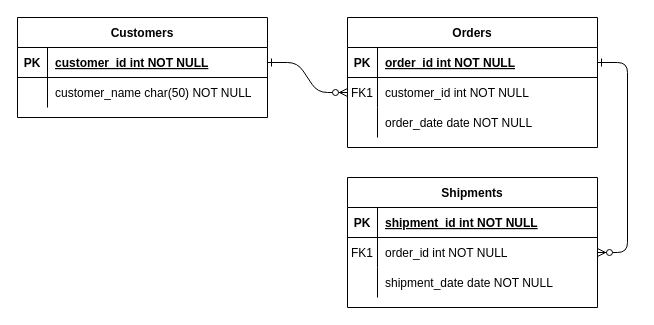
roshanabey2/example-repo keeps this draw.io diagram as Untitled Diagram.drawio. Above is the earlier version. Source tidied: cells renumbered, new cells numbered last; positions are measured from the earlier drawing's top-left corner, leaving out a move shared by most shapes. Both pictures are drawn from the tidied source at 100%, with x=0, y=0 at pixel (17, 17).
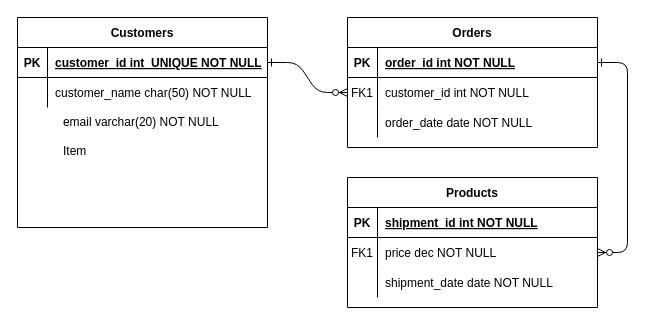
The same page after the edit.

Unchanged cells that the change refers to:
```xml
<mxCell id="18" style="shape=partialRectangle;fillColor=none;points=[[0,0.5],[1,0.5]];portConstraint=eastwest;top=0;left=0;right=0;bottom=0;" parent="14" vertex="1">
  <mxGeometry y="60" width="250" height="30" as="geometry" />
</mxCell>
<mxCell id="25" style="shape=partialRectangle;fillColor=none;points=[[0,0.5],[1,0.5]];portConstraint=eastwest;top=0;left=0;right=0;bottom=1;" parent="24" vertex="1">
  <mxGeometry y="30" width="250" height="30" as="geometry" />
</mxCell>
```

What changed in the source:
```diff
@@
-    <mxCell id="14" value="Shipments" style="shape=table;startSize=30;childLayout=tableLayout;rowLines=0;fontStyle=1;align=center;" parent="1" vertex="1">
+    <mxCell id="14" value="Products" style="shape=table;startSize=30;childLayout=tableLayout;rowLines=0;fontStyle=1;align=center;" parent="1" vertex="1">
       <mxGeometry x="330" y="160" width="250" height="130" as="geometry" />
     </mxCell>
@@
-    <mxCell id="20" value="order_id int NOT NULL" style="shape=partialRectangle;overflow=hidden;fillColor=none;top=0;left=0;bottom=0;right=0;align=left;spacingLeft=6;" parent="18" vertex="1">
+    <mxCell id="20" value="price dec NOT NULL" style="shape=partialRectangle;overflow=hidden;fillColor=none;top=0;left=0;bottom=0;right=0;align=left;spacingLeft=6;" parent="18" vertex="1">
       <mxGeometry x="30" width="220" height="30" as="geometry" />
     </mxCell>
@@
     <mxCell id="24" value="Customers" style="shape=table;startSize=30;childLayout=tableLayout;rowLines=0;fontStyle=1;align=center;" parent="1" vertex="1">
-      <mxGeometry width="250" height="100" as="geometry" />
+      <mxGeometry width="250" height="210" as="geometry" />
     </mxCell>
@@
-    <mxCell id="27" value="customer_id int NOT NULL " style="shape=partialRectangle;overflow=hidden;fillColor=none;top=0;left=0;bottom=0;right=0;align=left;spacingLeft=6;fontStyle=5;" parent="25" vertex="1">
+    <mxCell id="27" value="customer_id int  UNIQUE NOT NULL " style="shape=partialRectangle;overflow=hidden;fillColor=none;top=0;left=0;bottom=0;right=0;align=left;spacingLeft=6;fontStyle=5;" parent="25" vertex="1">
       <mxGeometry x="30" width="220" height="30" as="geometry" />
     </mxCell>
@@
+    <mxCell id="31" value="email varchar(20) NOT NULL&amp;nbsp;" style="text;html=1;align=center;verticalAlign=middle;strokeColor=none;" parent="1" vertex="1">
+      <mxGeometry x="40" y="95" width="170" height="20" as="geometry" />
+    </mxCell>
+    <mxCell id="32" value="Item" style="text;strokeColor=none;fillColor=none;spacingLeft=4;spacingRight=4;overflow=hidden;fontSize=12;" parent="1" vertex="1">
+      <mxGeometry x="40" y="120" width="180" height="30" as="geometry" />
+    </mxCell>
```
